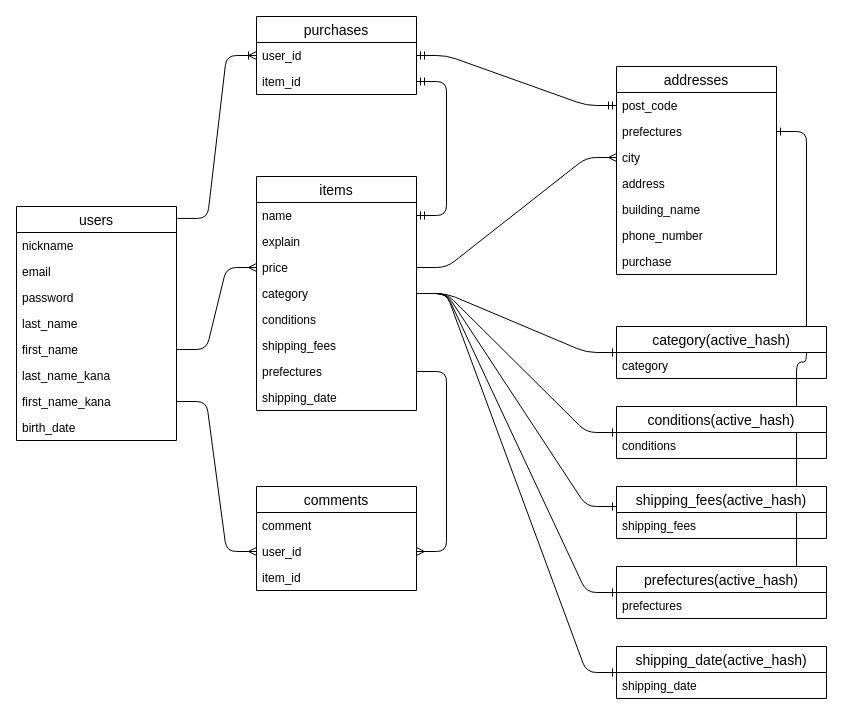
Before: ER図/furuma-29752.dio in hiro7778/furima-29752, a draw.io diagram. Source tidied: cells renumbered, new cells numbered last; positions are measured from the earlier drawing's top-left corner, leaving out a move shared by most shapes. Both pictures are drawn from the tidied source at 100%, with x=0, y=0 at pixel (16, 16).
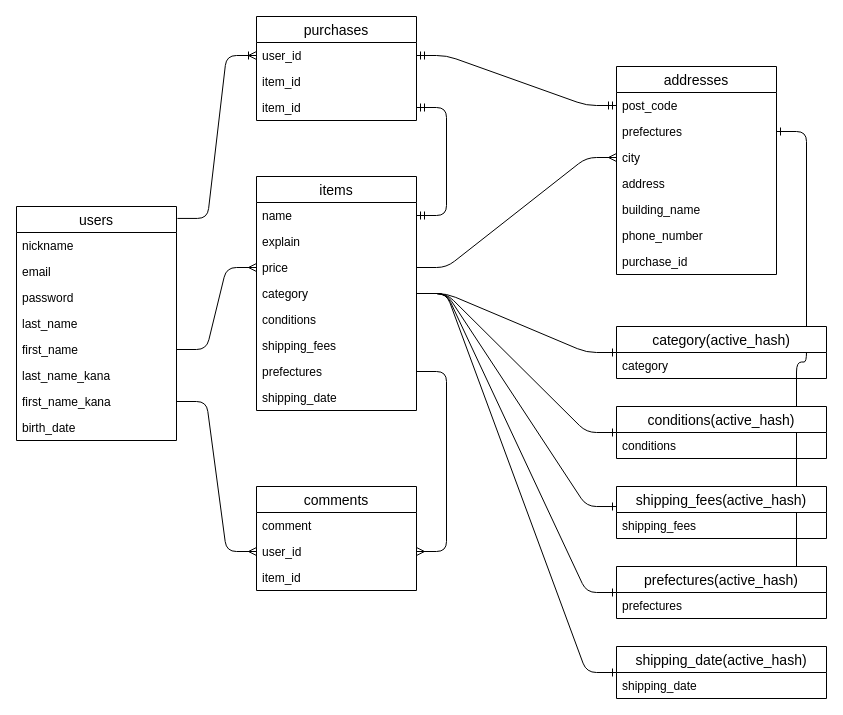
Above is the later version.

Unchanged cells that the change refers to:
```xml
<mxCell id="37" value="name" style="text;strokeColor=none;fillColor=none;spacingLeft=4;spacingRight=4;overflow=hidden;points=[[0,0.5],[1,0.5]];portConstraint=eastwest;fontSize=12;" parent="36" vertex="1">
  <mxGeometry y="26" width="160" height="26" as="geometry" />
</mxCell>
<mxCell id="45" value="addresses" style="swimlane;fontStyle=0;horizontal=1;startSize=26;align=center;fontSize=14;" parent="1" vertex="1">
  <mxGeometry x="600" y="50" width="160" height="208" as="geometry" />
</mxCell>
<mxCell id="57" value="item_id" style="text;strokeColor=none;fillColor=none;spacingLeft=4;spacingRight=4;overflow=hidden;points=[[0,0.5],[1,0.5]];portConstraint=eastwest;fontSize=12;" parent="55" vertex="1">
  <mxGeometry y="52" width="160" height="26" as="geometry" />
</mxCell>
```

What changed in the source:
```diff
@@
-    <mxCell id="52" value="purchase" style="text;strokeColor=none;fillColor=none;spacingLeft=4;spacingRight=4;overflow=hidden;fontSize=12;" parent="45" vertex="1">
+    <mxCell id="52" value="purchase_id" style="text;strokeColor=none;fillColor=none;spacingLeft=4;spacingRight=4;overflow=hidden;fontSize=12;" parent="45" vertex="1">
       <mxGeometry y="182" width="160" height="26" as="geometry" />
     </mxCell>
-    <mxCell id="53" style="edgeStyle=entityRelationEdgeStyle;fontSize=12;html=1;endArrow=ERmandOne;startArrow=ERmandOne;exitX=1;exitY=0.5;exitDx=0;exitDy=0;" parent="1" edge="1" source="37" target="57">
+    <mxCell id="53" style="edgeStyle=entityRelationEdgeStyle;fontSize=12;html=1;endArrow=ERmandOne;startArrow=ERmandOne;exitX=1;exitY=0.5;exitDx=0;exitDy=0;" parent="1" edge="1" source="37" target="58">
       <mxGeometry relative="1" as="geometry" />
     </mxCell>
@@
     <mxCell id="55" value="purchases" style="swimlane;fontStyle=0;horizontal=1;startSize=26;align=center;fontSize=14;" parent="1" vertex="1">
-      <mxGeometry x="240" width="160" height="78" as="geometry" />
+      <mxGeometry x="240" width="160" height="104" as="geometry" />
     </mxCell>
@@
+    <mxCell id="58" value="item_id" style="text;strokeColor=none;fillColor=none;spacingLeft=4;spacingRight=4;overflow=hidden;points=[[0,0.5],[1,0.5]];portConstraint=eastwest;fontSize=12;" parent="55" vertex="1">
+      <mxGeometry y="78" width="160" height="26" as="geometry" />
+    </mxCell>
```
